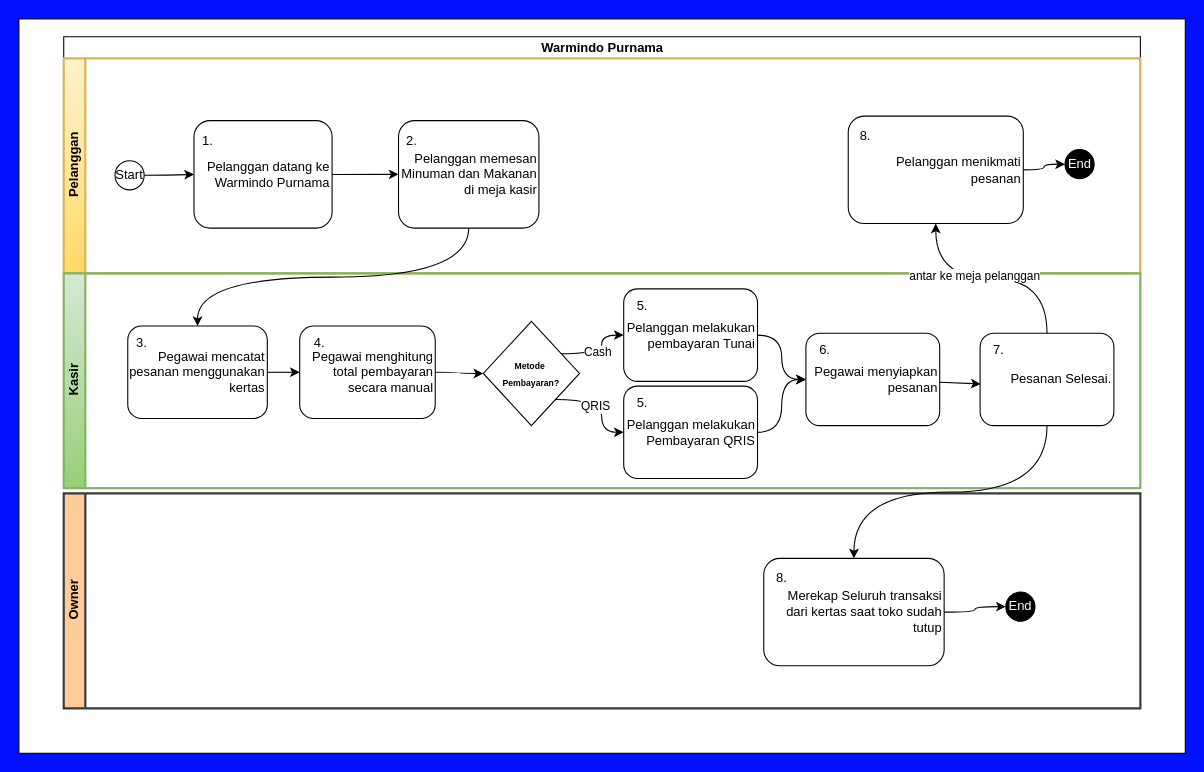
The draw.io diagram page "bpmn" (2 of 3) of assets/uml/bab3.drawio in RIOKOWI/warmindo_purnama_flutter, before the edit. Source tidied: cells renumbered, new cells numbered last; positions are measured from the earlier drawing's top-left corner, leaving out a move shared by most shapes. Both pictures are drawn from the tidied source at 108%, with x=0, y=0 at pixel (18, 18).
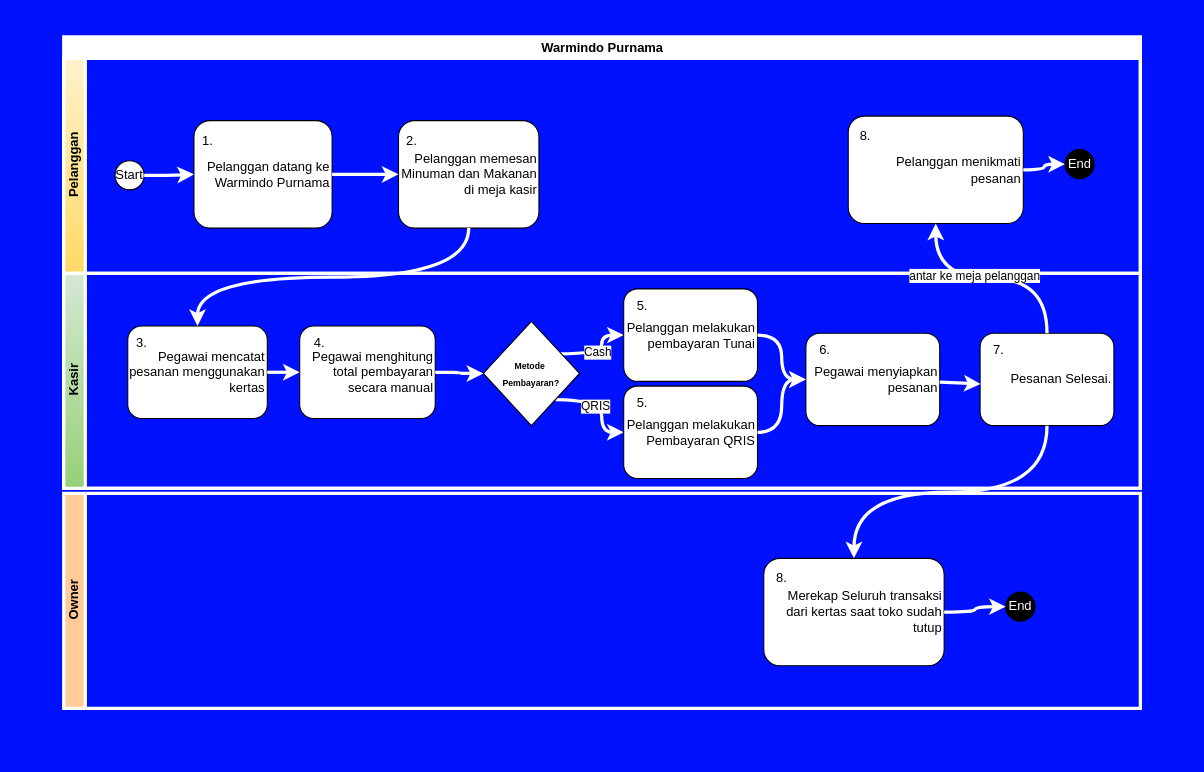
The same page after the edit.

Commit message (it also covers changes not shown here):
docs(uml): create erd

The change refers to these unchanged cells:
```xml
<mxCell id="7" value="Pelanggan memesan Minuman dan Makanan di meja kasir" style="rounded=1;whiteSpace=wrap;html=1;align=right;" parent="6" vertex="1">
  <mxGeometry x="6.4" width="130" height="99.5" as="geometry" />
</mxCell>
<mxCell id="9" value="&lt;font style=&quot;color: light-dark(rgb(0, 0, 0), rgb(0, 0, 0));&quot;&gt;Start&lt;/font&gt;" style="ellipse;whiteSpace=wrap;html=1;fillColor=light-dark(#FFFFFF,#FFFFFF);" parent="5" vertex="1">
  <mxGeometry x="47.5" y="94.7" width="27" height="27" as="geometry" />
</mxCell>
<mxCell id="10" value="&lt;font style=&quot;color: light-dark(rgb(255, 255, 255), rgb(255, 255, 255));&quot;&gt;End&lt;/font&gt;" style="ellipse;whiteSpace=wrap;html=1;fillColor=light-dark(#000000,#000000);" parent="5" vertex="1">
  <mxGeometry x="927.1" y="84.4" width="27" height="27" as="geometry" />
</mxCell>
<mxCell id="15" value="&amp;nbsp;Merekap Seluruh transaksi dari kertas saat toko sudah tutup" style="rounded=1;whiteSpace=wrap;html=1;align=right;" parent="14" vertex="1">
  <mxGeometry x="8.2" width="167" height="99.5" as="geometry" />
</mxCell>
<mxCell id="18" value="Pegawai mencatat pesanan menggunakan kertas" style="rounded=1;whiteSpace=wrap;html=1;align=right;" parent="17" vertex="1">
  <mxGeometry x="6.3" width="129.2" height="85.6" as="geometry" />
</mxCell>
<mxCell id="21" value="Pelanggan datang ke Warmindo Purnama" style="rounded=1;whiteSpace=wrap;html=1;align=right;" parent="20" vertex="1">
  <mxGeometry x="6.2" width="127.9" height="99.5" as="geometry" />
</mxCell>
<mxCell id="24" value="Pelanggan menikmati pesanan" style="rounded=1;whiteSpace=wrap;html=1;align=right;" parent="23" vertex="1">
  <mxGeometry x="7.9" width="162.1" height="99.5" as="geometry" />
</mxCell>
<mxCell id="28" value="Pegawai menghitung total pembayaran secara manual" style="rounded=1;whiteSpace=wrap;html=1;align=right;" parent="27" vertex="1">
  <mxGeometry width="125.5" height="85.6" as="geometry" />
</mxCell>
<mxCell id="36" value="Pelanggan melakukan pembayaran Tunai" style="rounded=1;whiteSpace=wrap;html=1;align=right;" parent="35" vertex="1">
  <mxGeometry width="123.9" height="85.6" as="geometry" />
</mxCell>
<mxCell id="39" value="Pelanggan melakukan Pembayaran QRIS" style="rounded=1;whiteSpace=wrap;html=1;align=right;" parent="38" vertex="1">
  <mxGeometry width="123.9" height="85.6" as="geometry" />
</mxCell>
<mxCell id="42" value="Pesanan Selesai." style="rounded=1;whiteSpace=wrap;html=1;align=right;" parent="41" vertex="1">
  <mxGeometry width="123.9" height="85.6" as="geometry" />
</mxCell>
<mxCell id="45" value="Pegawai menyiapkan pesanan" style="rounded=1;whiteSpace=wrap;html=1;align=right;" parent="44" vertex="1">
  <mxGeometry width="123.9" height="85.6" as="geometry" />
</mxCell>
```

Change to the diagram source:
```diff
@@
-    <mxCell id="2" style="group;fillColor=light-dark(#FF0000,#CC0000);" parent="1" vertex="1">
-      <mxGeometry width="1080" height="680" as="geometry" />
-    </mxCell>
-    <mxCell id="3" style="rounded=0;whiteSpace=wrap;html=1;" parent="2" vertex="1">
-      <mxGeometry width="1080" height="680" as="geometry" />
-    </mxCell>
-    <mxCell id="4" value="Warmindo Purnama" style="swimlane;horizontal=1;startSize=20;html=1;strokeWidth=1;" parent="2" vertex="1">
+    <mxCell id="4" value="Warmindo Purnama" style="swimlane;horizontal=1;startSize=20;html=1;strokeWidth=3;strokeColor=#FFFFFF;" parent="1" vertex="1">
       <mxGeometry x="41.5" y="16.6" width="996.9" height="418" as="geometry" />
     </mxCell>
-    <mxCell id="5" value="Pelanggan" style="swimlane;startSize=20;horizontal=0;html=1;fillColor=#fff2cc;strokeColor=#d6b656;gradientColor=#ffd966;strokeWidth=2;" parent="4" vertex="1">
+    <mxCell id="5" value="Pelanggan" style="swimlane;startSize=20;horizontal=0;html=1;fillColor=#fff2cc;strokeColor=#FFFFFF;gradientColor=#ffd966;strokeWidth=3;" parent="4" vertex="1">
       <mxGeometry y="20" width="996.9" height="199" as="geometry" />
     </mxCell>
@@
-    <mxCell id="11" value="Kasir" style="swimlane;startSize=20;horizontal=0;html=1;fillColor=#d5e8d4;gradientColor=#97d077;strokeColor=#82b366;strokeWidth=2;" parent="4" vertex="1">
+    <mxCell id="11" value="Kasir" style="swimlane;startSize=20;horizontal=0;html=1;fillColor=#d5e8d4;gradientColor=#97d077;strokeColor=#FFFFFF;strokeWidth=3;" parent="4" vertex="1">
       <mxGeometry y="219" width="996.9" height="199" as="geometry" />
     </mxCell>
-    <mxCell id="12" value="&lt;font style=&quot;color: light-dark(rgb(255, 255, 255), rgb(255, 255, 255));&quot;&gt;End&lt;/font&gt;" style="ellipse;whiteSpace=wrap;html=1;fillColor=light-dark(#000000,#000000);" parent="2" vertex="1">
+    <mxCell id="12" value="&lt;font style=&quot;color: light-dark(rgb(255, 255, 255), rgb(255, 255, 255));&quot;&gt;End&lt;/font&gt;" style="ellipse;whiteSpace=wrap;html=1;fillColor=light-dark(#000000,#000000);" parent="1" vertex="1">
       <mxGeometry x="913.8" y="530.7" width="27" height="27" as="geometry" />
     </mxCell>
-    <mxCell id="13" value="Owner" style="swimlane;startSize=20;horizontal=0;html=1;fillColor=#ffcc99;strokeColor=#36393d;strokeWidth=2;" parent="2" vertex="1">
+    <mxCell id="13" value="Owner" style="swimlane;startSize=20;horizontal=0;html=1;fillColor=#ffcc99;strokeColor=#FFFFFF;strokeWidth=3;" parent="1" vertex="1">
       <mxGeometry x="41.5" y="439.4" width="996.9" height="199" as="geometry" />
     </mxCell>
@@
-    <mxCell id="17" style="group;" parent="2" vertex="1">
+    <mxCell id="17" style="group;" parent="1" vertex="1">
       <mxGeometry x="94.5" y="284.4" width="135.5" height="85.6" as="geometry" />
     </mxCell>
@@
-    <mxCell id="20" style="group;" parent="2" vertex="1">
+    <mxCell id="20" style="group;" parent="1" vertex="1">
       <mxGeometry x="155.9" y="94.2" width="134.1" height="99.5" as="geometry" />
     </mxCell>
@@
-    <mxCell id="23" style="group;" parent="2" vertex="1">
+    <mxCell id="23" style="group;" parent="1" vertex="1">
       <mxGeometry x="760" y="90" width="170" height="99.5" as="geometry" />
     </mxCell>
@@
-    <mxCell id="26" style="edgeStyle=orthogonalEdgeStyle;html=1;entryX=0;entryY=0.5;entryDx=0;entryDy=0;curved=1;" parent="2" edge="1" source="9" target="21">
+    <mxCell id="26" style="edgeStyle=orthogonalEdgeStyle;html=1;entryX=0;entryY=0.5;entryDx=0;entryDy=0;curved=1;strokeWidth=3;strokeColor=#FFFFFF;" parent="1" edge="1" source="9" target="21">
       <mxGeometry relative="1" as="geometry" />
     </mxCell>
-    <mxCell id="27" style="group;" parent="2" vertex="1">
+    <mxCell id="27" style="group;" parent="1" vertex="1">
       <mxGeometry x="260" y="284.4" width="154.1" height="85.6" as="geometry" />
     </mxCell>
@@
-    <mxCell id="30" style="edgeStyle=orthogonalEdgeStyle;html=1;entryX=0;entryY=0.5;entryDx=0;entryDy=0;exitX=0.778;exitY=0.312;exitDx=0;exitDy=0;exitPerimeter=0;curved=1;" parent="2" edge="1" source="34" target="36">
+    <mxCell id="30" style="edgeStyle=orthogonalEdgeStyle;html=1;entryX=0;entryY=0.5;entryDx=0;entryDy=0;exitX=0.778;exitY=0.312;exitDx=0;exitDy=0;exitPerimeter=0;curved=1;strokeWidth=3;strokeColor=#FFFFFF;" parent="1" edge="1" source="34" target="36">
       <mxGeometry relative="1" as="geometry" />
     </mxCell>
@@
-    <mxCell id="32" style="edgeStyle=orthogonalEdgeStyle;html=1;exitX=1;exitY=1;exitDx=0;exitDy=0;entryX=0;entryY=0.5;entryDx=0;entryDy=0;curved=1;" parent="2" edge="1" source="34" target="39">
+    <mxCell id="32" style="edgeStyle=orthogonalEdgeStyle;html=1;exitX=1;exitY=1;exitDx=0;exitDy=0;entryX=0;entryY=0.5;entryDx=0;entryDy=0;curved=1;strokeWidth=3;strokeColor=#FFFFFF;" parent="1" edge="1" source="34" target="39">
       <mxGeometry relative="1" as="geometry" />
     </mxCell>
@@
-    <mxCell id="34" value="&lt;font style=&quot;font-size: 8px;&quot;&gt;Metode&amp;nbsp;&lt;/font&gt;&lt;div&gt;&lt;font style=&quot;font-size: 8px;&quot;&gt;Pembayaran?&lt;/font&gt;&lt;/div&gt;" style="rhombus;whiteSpace=wrap;html=1;fontStyle=1;" parent="2" vertex="1">
+    <mxCell id="34" value="&lt;font style=&quot;font-size: 8px;&quot;&gt;Metode&amp;nbsp;&lt;/font&gt;&lt;div&gt;&lt;font style=&quot;font-size: 8px;&quot;&gt;Pembayaran?&lt;/font&gt;&lt;/div&gt;" style="rhombus;whiteSpace=wrap;html=1;fontStyle=1;" parent="1" vertex="1">
       <mxGeometry x="430" y="280" width="89.1" height="96.6" as="geometry" />
     </mxCell>
-    <mxCell id="35" style="group;" parent="2" vertex="1">
+    <mxCell id="35" style="group;" parent="1" vertex="1">
       <mxGeometry x="560" y="250" width="123.9" height="85.6" as="geometry" />
     </mxCell>
@@
-    <mxCell id="38" style="group;" parent="2" vertex="1">
+    <mxCell id="38" style="group;" parent="1" vertex="1">
       <mxGeometry x="560" y="340" width="123.9" height="85.6" as="geometry" />
     </mxCell>
@@
-    <mxCell id="41" style="group;" parent="2" vertex="1">
+    <mxCell id="41" style="group;" parent="1" vertex="1">
       <mxGeometry x="890" y="291" width="123.9" height="85.6" as="geometry" />
     </mxCell>
@@
-    <mxCell id="44" style="group;" parent="2" vertex="1">
+    <mxCell id="44" style="group;" parent="1" vertex="1">
       <mxGeometry x="728.7" y="291" width="123.9" height="85.6" as="geometry" />
     </mxCell>
@@
-    <mxCell id="47" style="edgeStyle=orthogonalEdgeStyle;html=1;entryX=0;entryY=0.5;entryDx=0;entryDy=0;curved=1;" parent="2" edge="1" source="36" target="45">
+    <mxCell id="47" style="edgeStyle=orthogonalEdgeStyle;html=1;entryX=0;entryY=0.5;entryDx=0;entryDy=0;curved=1;strokeWidth=3;strokeColor=#FFFFFF;" parent="1" edge="1" source="36" target="45">
       <mxGeometry relative="1" as="geometry" />
     </mxCell>
-    <mxCell id="48" style="edgeStyle=orthogonalEdgeStyle;html=1;entryX=0;entryY=0.5;entryDx=0;entryDy=0;curved=1;" parent="2" edge="1" source="39" target="45">
+    <mxCell id="48" style="edgeStyle=orthogonalEdgeStyle;html=1;entryX=0;entryY=0.5;entryDx=0;entryDy=0;curved=1;strokeWidth=3;strokeColor=#FFFFFF;" parent="1" edge="1" source="39" target="45">
       <mxGeometry relative="1" as="geometry" />
     </mxCell>
-    <mxCell id="49" style="edgeStyle=none;html=1;entryX=0.004;entryY=0.549;entryDx=0;entryDy=0;entryPerimeter=0;" parent="2" edge="1" source="45" target="42">
+    <mxCell id="49" style="edgeStyle=none;html=1;entryX=0.004;entryY=0.549;entryDx=0;entryDy=0;entryPerimeter=0;strokeWidth=3;strokeColor=#FFFFFF;" parent="1" edge="1" source="45" target="42">
       <mxGeometry relative="1" as="geometry" />
     </mxCell>
-    <mxCell id="50" style="edgeStyle=orthogonalEdgeStyle;html=1;entryX=0.5;entryY=1;entryDx=0;entryDy=0;exitX=0.5;exitY=0;exitDx=0;exitDy=0;curved=1;" parent="2" edge="1" source="42" target="24">
+    <mxCell id="50" style="edgeStyle=orthogonalEdgeStyle;html=1;entryX=0.5;entryY=1;entryDx=0;entryDy=0;exitX=0.5;exitY=0;exitDx=0;exitDy=0;curved=1;strokeWidth=3;strokeColor=#FFFFFF;" parent="1" edge="1" source="42" target="24">
       <mxGeometry relative="1" as="geometry" />
     </mxCell>
@@
-    <mxCell id="52" style="edgeStyle=orthogonalEdgeStyle;html=1;entryX=0.5;entryY=0;entryDx=0;entryDy=0;exitX=0.5;exitY=1;exitDx=0;exitDy=0;curved=1;" parent="2" edge="1" source="42" target="15">
+    <mxCell id="52" style="edgeStyle=orthogonalEdgeStyle;html=1;entryX=0.5;entryY=0;entryDx=0;entryDy=0;exitX=0.5;exitY=1;exitDx=0;exitDy=0;curved=1;strokeWidth=3;strokeColor=#FFFFFF;" parent="1" edge="1" source="42" target="15">
       <mxGeometry relative="1" as="geometry" />
     </mxCell>
-    <mxCell id="53" style="edgeStyle=orthogonalEdgeStyle;html=1;entryX=0;entryY=0.5;entryDx=0;entryDy=0;curved=1;" parent="2" edge="1" source="15" target="12">
+    <mxCell id="53" style="edgeStyle=orthogonalEdgeStyle;html=1;entryX=0;entryY=0.5;entryDx=0;entryDy=0;curved=1;strokeWidth=3;strokeColor=#FFFFFF;" parent="1" edge="1" source="15" target="12">
       <mxGeometry relative="1" as="geometry" />
     </mxCell>
-    <mxCell id="54" style="edgeStyle=orthogonalEdgeStyle;shape=connector;curved=1;rounded=1;html=1;strokeColor=default;align=center;verticalAlign=middle;fontFamily=Helvetica;fontSize=11;fontColor=default;labelBackgroundColor=default;endArrow=classic;" parent="2" edge="1" source="18" target="28">
+    <mxCell id="54" style="edgeStyle=orthogonalEdgeStyle;shape=connector;curved=1;rounded=1;html=1;strokeColor=#FFFFFF;align=center;verticalAlign=middle;fontFamily=Helvetica;fontSize=11;fontColor=default;labelBackgroundColor=default;endArrow=classic;strokeWidth=3;" parent="1" edge="1" source="18" target="28">
       <mxGeometry relative="1" as="geometry" />
     </mxCell>
-    <mxCell id="55" style="edgeStyle=orthogonalEdgeStyle;shape=connector;curved=1;rounded=1;html=1;entryX=0;entryY=0.5;entryDx=0;entryDy=0;strokeColor=default;align=center;verticalAlign=middle;fontFamily=Helvetica;fontSize=11;fontColor=default;labelBackgroundColor=default;endArrow=classic;" parent="2" edge="1" source="28" target="34">
+    <mxCell id="55" style="edgeStyle=orthogonalEdgeStyle;shape=connector;curved=1;rounded=1;html=1;entryX=0;entryY=0.5;entryDx=0;entryDy=0;strokeColor=#FFFFFF;align=center;verticalAlign=middle;fontFamily=Helvetica;fontSize=11;fontColor=default;labelBackgroundColor=default;endArrow=classic;strokeWidth=3;" parent="1" edge="1" source="28" target="34">
       <mxGeometry relative="1" as="geometry" />
     </mxCell>
-    <mxCell id="56" style="edgeStyle=orthogonalEdgeStyle;shape=connector;curved=1;rounded=1;html=1;entryX=0;entryY=0.5;entryDx=0;entryDy=0;strokeColor=default;align=center;verticalAlign=middle;fontFamily=Helvetica;fontSize=11;fontColor=default;labelBackgroundColor=default;endArrow=classic;" parent="2" edge="1" source="21" target="7">
+    <mxCell id="56" style="edgeStyle=orthogonalEdgeStyle;shape=connector;curved=1;rounded=1;html=1;entryX=0;entryY=0.5;entryDx=0;entryDy=0;strokeColor=#FFFFFF;align=center;verticalAlign=middle;fontFamily=Helvetica;fontSize=11;fontColor=default;labelBackgroundColor=default;endArrow=classic;strokeWidth=3;" parent="1" edge="1" source="21" target="7">
       <mxGeometry relative="1" as="geometry" />
     </mxCell>
-    <mxCell id="57" style="edgeStyle=orthogonalEdgeStyle;shape=connector;curved=1;rounded=1;html=1;entryX=0.5;entryY=0;entryDx=0;entryDy=0;strokeColor=default;align=center;verticalAlign=middle;fontFamily=Helvetica;fontSize=11;fontColor=default;labelBackgroundColor=default;endArrow=classic;exitX=0.5;exitY=1;exitDx=0;exitDy=0;" parent="2" edge="1" source="7" target="18">
+    <mxCell id="57" style="edgeStyle=orthogonalEdgeStyle;shape=connector;curved=1;rounded=1;html=1;entryX=0.5;entryY=0;entryDx=0;entryDy=0;strokeColor=#FFFFFF;align=center;verticalAlign=middle;fontFamily=Helvetica;fontSize=11;fontColor=default;labelBackgroundColor=default;endArrow=classic;exitX=0.5;exitY=1;exitDx=0;exitDy=0;strokeWidth=3;" parent="1" edge="1" source="7" target="18">
       <mxGeometry relative="1" as="geometry" />
     </mxCell>
-    <mxCell id="58" style="edgeStyle=orthogonalEdgeStyle;shape=connector;curved=1;rounded=1;html=1;entryX=0;entryY=0.5;entryDx=0;entryDy=0;strokeColor=default;align=center;verticalAlign=middle;fontFamily=Helvetica;fontSize=11;fontColor=default;labelBackgroundColor=default;endArrow=classic;" parent="2" edge="1" source="24" target="10">
+    <mxCell id="58" style="edgeStyle=orthogonalEdgeStyle;shape=connector;curved=1;rounded=1;html=1;entryX=0;entryY=0.5;entryDx=0;entryDy=0;strokeColor=#FFFFFF;align=center;verticalAlign=middle;fontFamily=Helvetica;fontSize=11;fontColor=default;labelBackgroundColor=default;endArrow=classic;strokeWidth=3;" parent="1" edge="1" source="24" target="10">
       <mxGeometry relative="1" as="geometry" />
     </mxCell>
```
